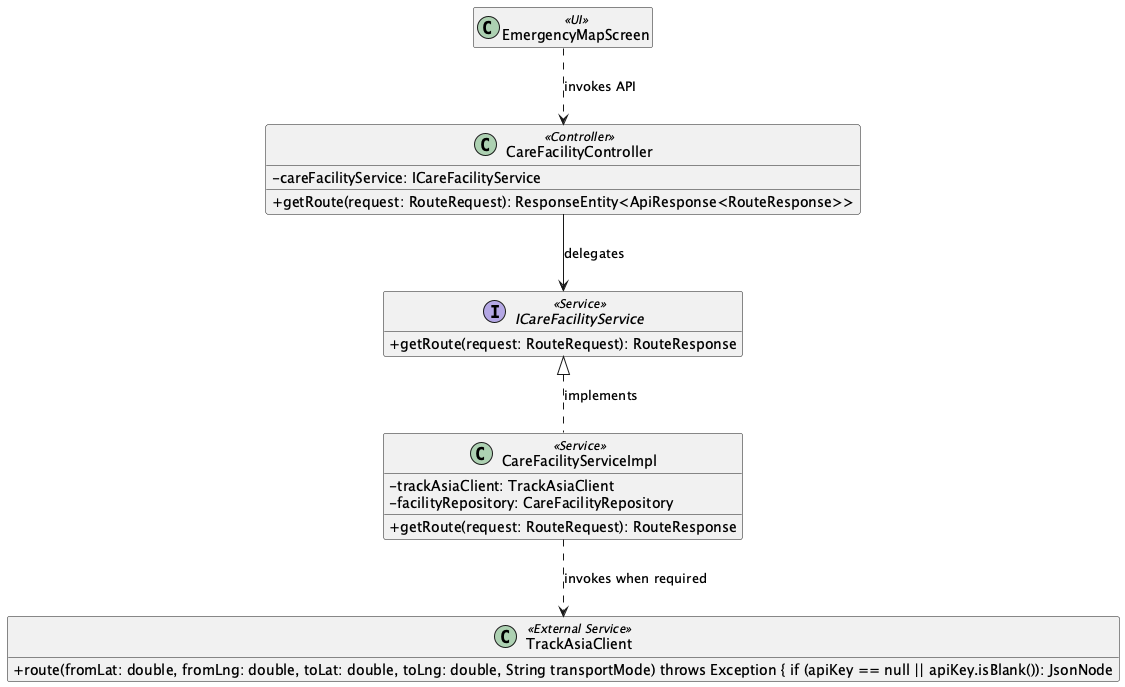
The PlantUML diagram 03_Design/Detailed_Design/MF07_Emergency_Map_Nearby_Care_Support/images/01_Emergency_Map_Facility_Route_and_Navigation_ClassDiagram.png in ChuongBDHE172784/CareBridge_SEP490_G79, before a commit.
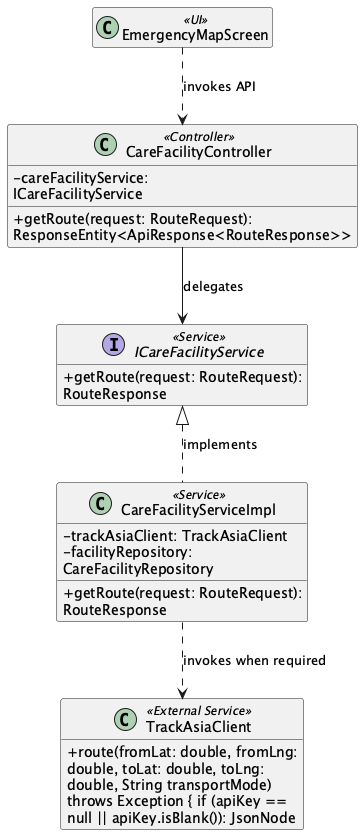
After the commit.

Change to the diagram source:
```diff
@@ -1,5 +1,6 @@
-@startuml
+@startuml ClassDiagram_01EmergencyMapFacilityRouteandNavigation
 skinparam classAttributeIconSize 0
+skinparam wrapWidth 250
 hide empty members
 
 class "EmergencyMapScreen" as UIEmergencyMapScreen <<UI>>
```
